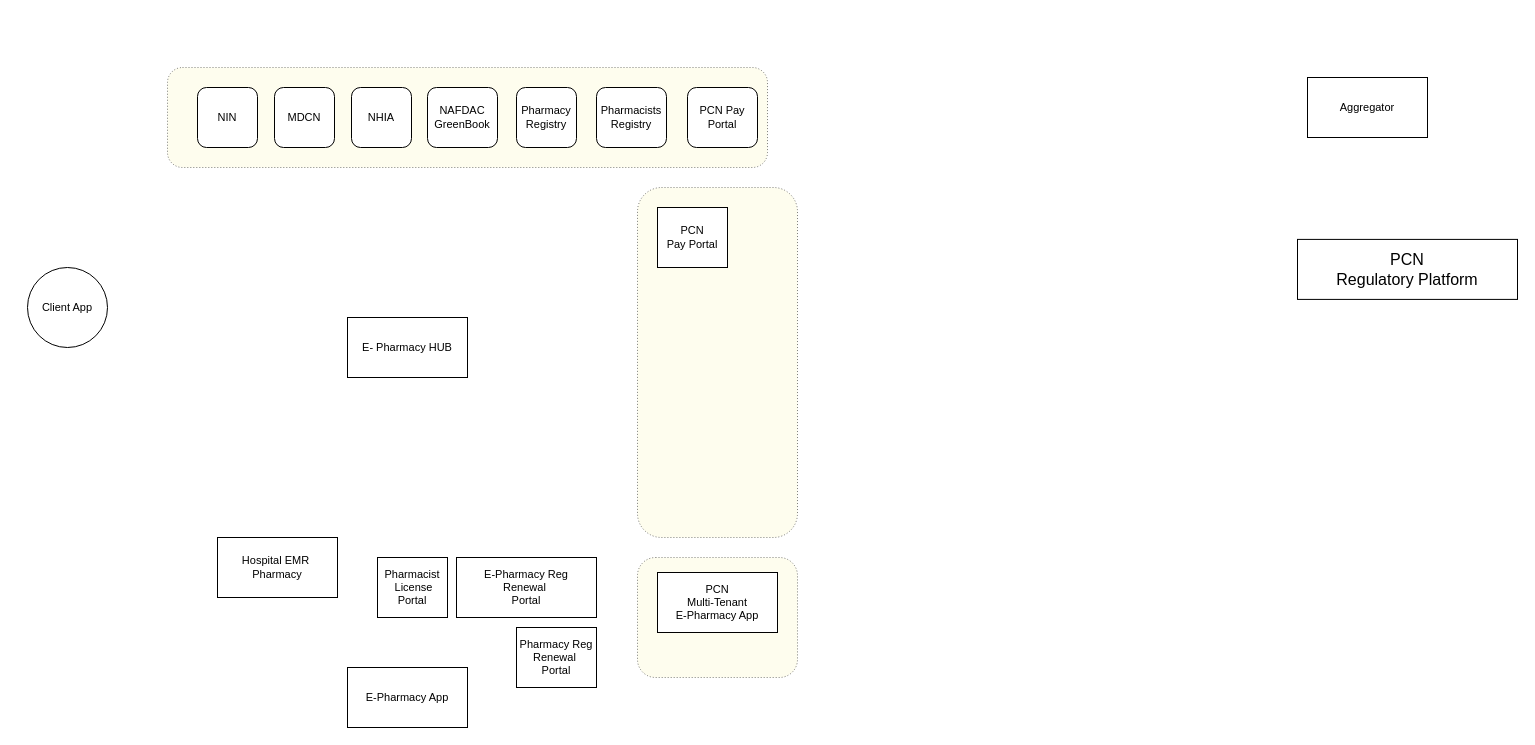
Earlier version of the draw.io diagram page "Architecture" (1 of 14) of BPMN_Diagrams/ePrescription DAK Diagrams.drawio (Nigeria-FHIR-Community/2025Connectathon). Source tidied: cells renumbered, new cells numbered last; positions are measured from the earlier drawing's top-left corner, leaving out a move shared by most shapes. Both pictures are drawn from the tidied source at 100%, with x=0, y=0 at pixel (27, 67). Pictures stored in the file or linked from it are replaced by grey dashed boxes.
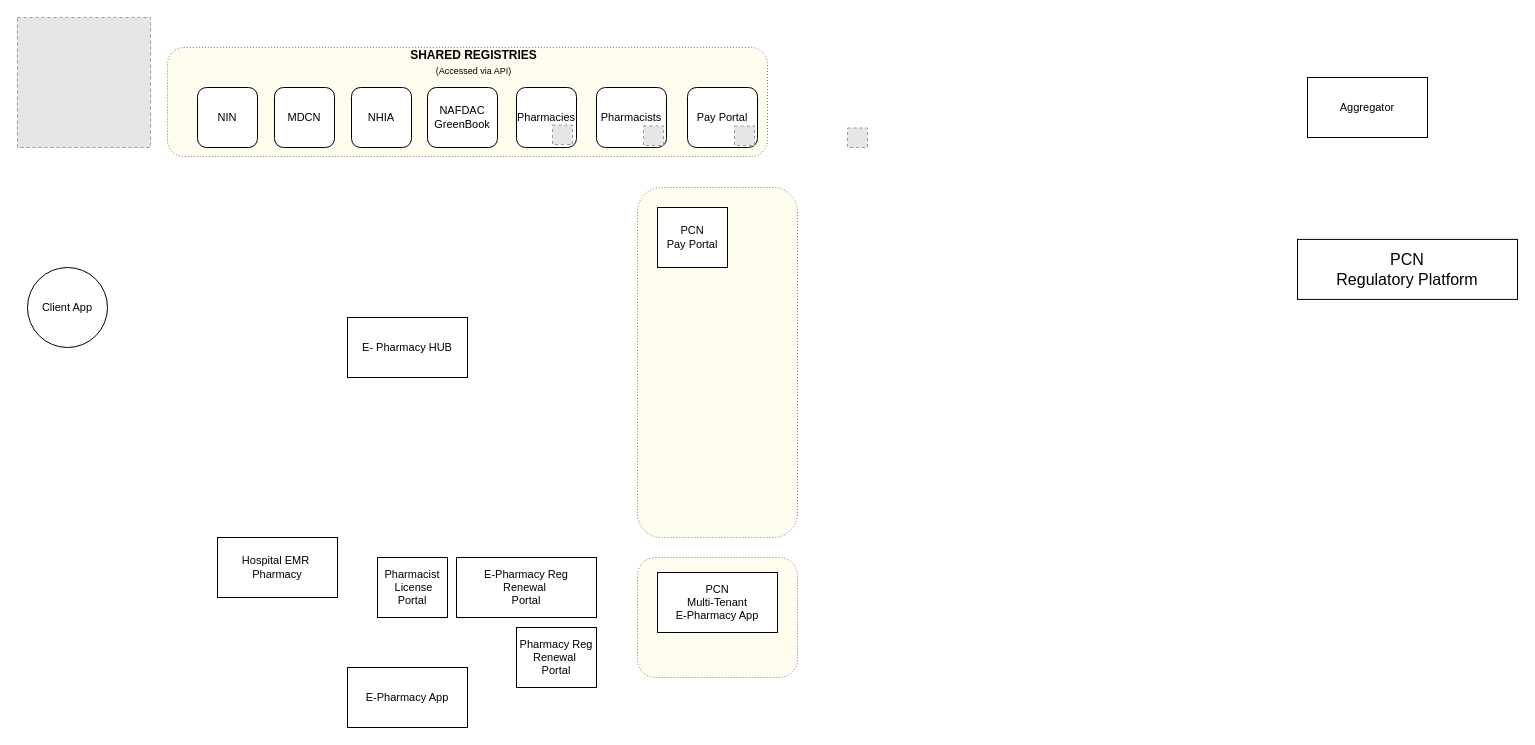
Above is the later version.

What changed in the source:
```diff
@@
     <mxCell id="4" style="rounded=1;whiteSpace=wrap;html=1;dashed=1;dashPattern=1 2;fillColor=light-dark(#fefcdd, #ededed);fillStyle=solid;opacity=50;" parent="1" vertex="1">
-      <mxGeometry x="140" width="600" height="100" as="geometry" />
+      <mxGeometry x="140" y="-20" width="600" height="109" as="geometry" />
     </mxCell>
@@
-    <mxCell id="19" value="Pharmacy Registry" style="rounded=1;whiteSpace=wrap;html=1;fontSize=11;labelBackgroundColor=default;" parent="1" vertex="1">
+    <mxCell id="19" value="Pharmacies" style="rounded=1;whiteSpace=wrap;html=1;fontSize=11;labelBackgroundColor=default;" parent="1" vertex="1">
       <mxGeometry x="489" y="20" width="60" height="60" as="geometry" />
     </mxCell>
-    <mxCell id="20" value="Pharmacists&lt;div&gt;Registry&lt;/div&gt;" style="rounded=1;whiteSpace=wrap;html=1;fontSize=11;labelBackgroundColor=default;" parent="1" vertex="1">
+    <mxCell id="20" value="Pharmacists" style="rounded=1;whiteSpace=wrap;html=1;fontSize=11;labelBackgroundColor=default;" parent="1" vertex="1">
       <mxGeometry x="569" y="20" width="70" height="60" as="geometry" />
     </mxCell>
@@
-    <mxCell id="22" value="PCN Pay Portal" style="rounded=1;whiteSpace=wrap;html=1;fontSize=11;labelBackgroundColor=default;" parent="1" vertex="1">
+    <mxCell id="22" value="Pay Portal" style="rounded=1;whiteSpace=wrap;html=1;fontSize=11;labelBackgroundColor=default;" parent="1" vertex="1">
       <mxGeometry x="660" y="20" width="70" height="60" as="geometry" />
     </mxCell>
+    <mxCell id="23" style="fillColor=#E6E6E6;strokeColor=#999999;dashed=1;verticalLabelPosition=bottom;labelBackgroundColor=default;verticalAlign=top;" parent="1" vertex="1">
+      <mxGeometry x="-10" y="-50" width="133" height="130" as="geometry" />
+    </mxCell>
+    <mxCell id="24" style="fillColor=#E6E6E6;strokeColor=#999999;dashed=1;verticalLabelPosition=bottom;labelBackgroundColor=default;verticalAlign=top;" parent="1" vertex="1">
+      <mxGeometry x="820" y="60.5" width="20" height="19.5" as="geometry" />
+    </mxCell>
+    <mxCell id="25" style="fillColor=#E6E6E6;strokeColor=#999999;dashed=1;verticalLabelPosition=bottom;labelBackgroundColor=default;verticalAlign=top;" parent="1" vertex="1">
+      <mxGeometry x="707" y="58.5" width="20" height="19.5" as="geometry" />
+    </mxCell>
+    <mxCell id="26" style="fillColor=#E6E6E6;strokeColor=#999999;dashed=1;verticalLabelPosition=bottom;labelBackgroundColor=default;verticalAlign=top;" parent="1" vertex="1">
+      <mxGeometry x="616" y="58.5" width="20" height="19.5" as="geometry" />
+    </mxCell>
+    <mxCell id="27" style="fillColor=#E6E6E6;strokeColor=#999999;dashed=1;verticalLabelPosition=bottom;labelBackgroundColor=default;verticalAlign=top;" parent="1" vertex="1">
+      <mxGeometry x="525" y="57.5" width="20" height="19.5" as="geometry" />
+    </mxCell>
+    <mxCell id="28" value="&lt;b&gt;SHARED REGISTRIES&lt;/b&gt;&lt;div&gt;&lt;font style=&quot;font-size: 9px;&quot;&gt;(Accessed via API)&lt;/font&gt;&lt;/div&gt;" style="text;html=1;align=center;verticalAlign=middle;strokeColor=none;fillColor=none;" parent="1" vertex="1">
+      <mxGeometry x="371" y="-25" width="150" height="40" as="geometry" />
+    </mxCell>
```
